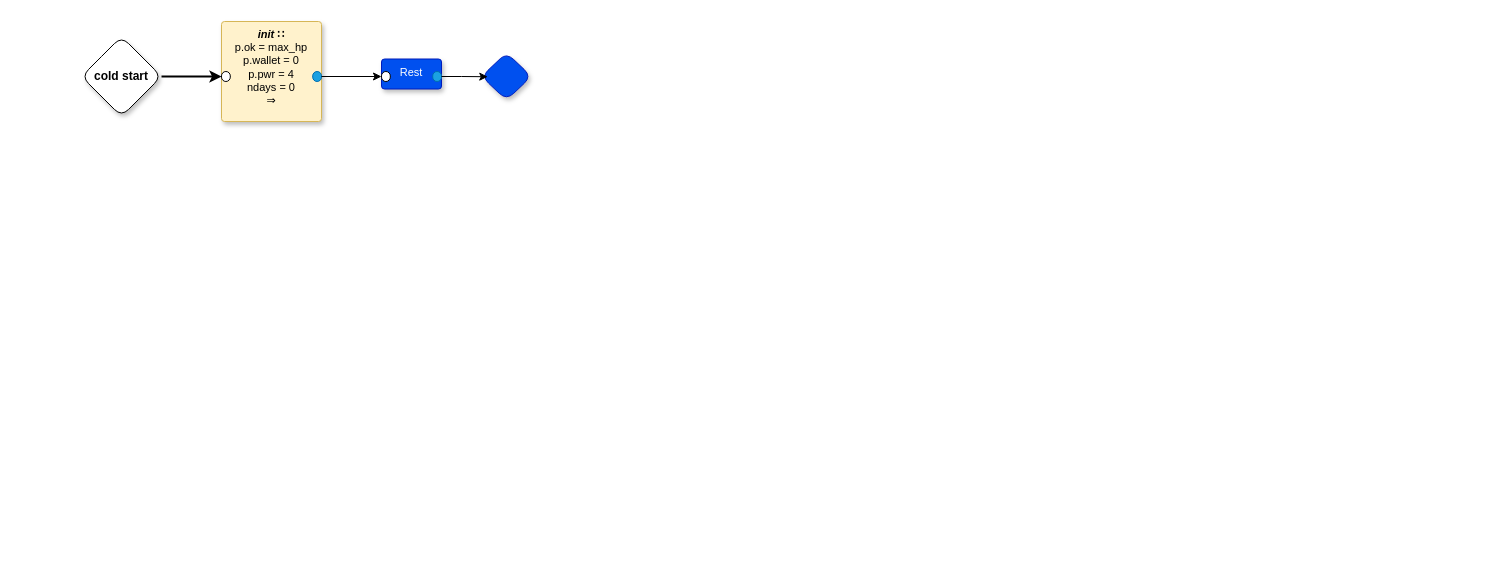
Earlier version of the draw.io diagram page "Game" (2 of 8) of dc0d.drawio (guitarvydas/dc0d). Source tidied: cells renumbered, new cells numbered last; positions are measured from the earlier drawing's top-left corner, leaving out a move shared by most shapes. Both pictures are drawn from the tidied source at 100%, with x=0, y=0 at pixel (81, 21).
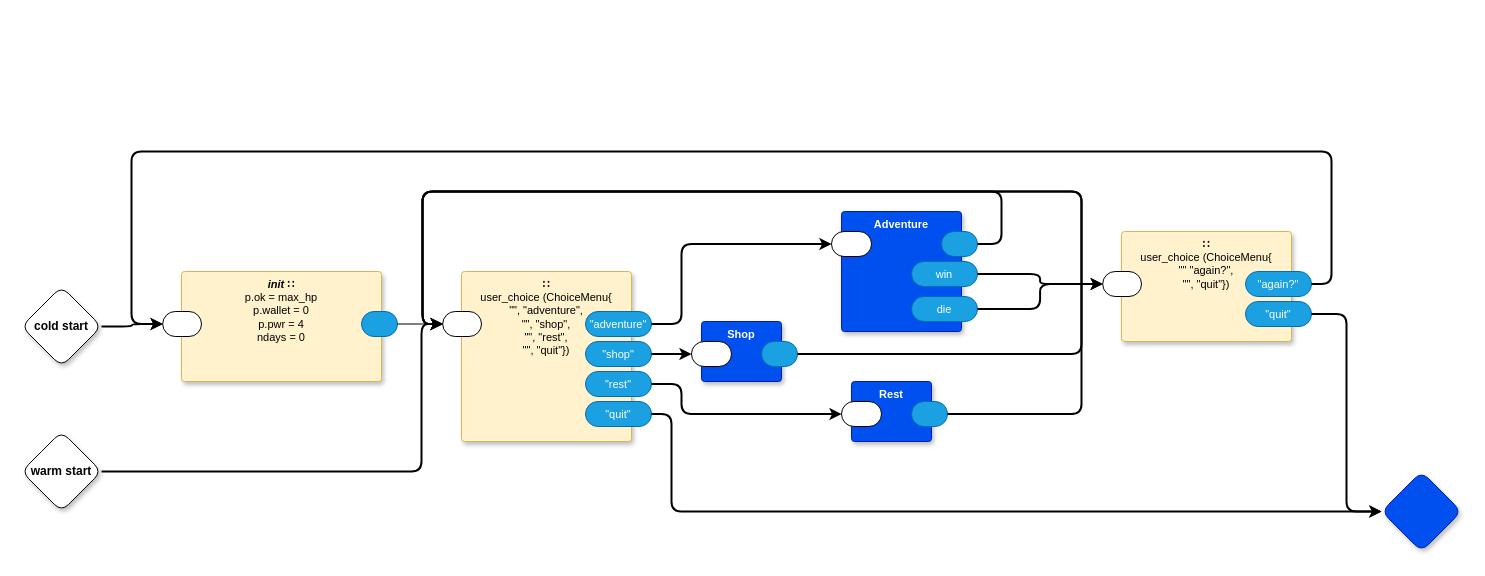
After the change.

What changed in the source:
```diff
@@
-    <mxCell id="0" />
-    <mxCell id="1" parent="0" />
+    <mxCell id="13" />
+    <mxCell id="14" parent="13" />
-    <mxCell id="2" value="cold start" style="rhombus;whiteSpace=wrap;html=1;rounded=1;fontStyle=1;glass=0;sketch=0;fontSize=12;points=[[0,0.5,0,0,0],[0.5,0,0,0,0],[0.5,1,0,0,0],[1,0.5,0,0,0]];shadow=1;fontFamily=Helvetica;fontColor=default;" parent="1" vertex="1">
-      <mxGeometry y="15" width="80" height="80" as="geometry" />
+    <mxCell id="2" value="cold start" style="rhombus;whiteSpace=wrap;html=1;rounded=1;fontStyle=1;glass=0;sketch=0;fontSize=12;points=[[0,0.5,0,0,0],[0.5,0,0,0,0],[0.5,1,0,0,0],[1,0.5,0,0,0]];shadow=1;fontFamily=Helvetica;fontColor=default;" parent="14" vertex="1">
+      <mxGeometry x="-60" y="265" width="80" height="80" as="geometry" />
     </mxCell>
-    <mxCell id="3" style="rhombus;whiteSpace=wrap;html=1;rounded=1;fillColor=#0050ef;fontColor=#ffffff;strokeColor=#001DBC;fontStyle=1;glass=0;sketch=0;fontSize=12;points=[[0,0.5,0,0,0],[0.5,0,0,0,0],[0.5,1,0,0,0],[1,0.5,0,0,0]];shadow=1;fontFamily=Helvetica;" parent="1" vertex="1">
-      <mxGeometry x="400" y="31.2" width="50" height="47.5" as="geometry" />
-    </mxCell>
-    <mxCell id="4" value="&lt;i style=&quot;&quot;&gt;&lt;b&gt;init&amp;nbsp;&lt;/b&gt;&lt;/i&gt;&lt;b&gt;∷&lt;br&gt;&lt;/b&gt;p.ok = max_hp&lt;br&gt;p.wallet = 0&lt;br&gt;p.pwr = 4&lt;br&gt;ndays = 0&lt;br&gt;⇒" style="rounded=1;whiteSpace=wrap;html=1;sketch=0;verticalAlign=top;arcSize=6;fontStyle=0;absoluteArcSize=1;shadow=1;strokeColor=#d6b656;fillColor=#fff2cc;fontFamily=Helvetica;fontSize=11;" parent="1" vertex="1">
-      <mxGeometry x="140" width="100" height="100" as="geometry" />
-    </mxCell>
-    <mxCell id="5" style="rounded=1;whiteSpace=wrap;html=1;sketch=0;points=[[0,0.5,0,0,0],[1,0.5,0,0,0]];arcSize=50;fontFamily=Helvetica;fontSize=11;fontColor=default;" parent="4" vertex="1">
-      <mxGeometry y="50" width="8.8" height="10" as="geometry" />
-    </mxCell>
-    <mxCell id="6" style="rounded=1;whiteSpace=wrap;html=1;sketch=0;points=[[0,0.5,0,0,0],[1,0.5,0,0,0]];arcSize=50;fontFamily=Helvetica;fontSize=11;fontColor=#ffffff;fillColor=#1ba1e2;strokeColor=#006EAF;" parent="4" vertex="1">
-      <mxGeometry x="91.2" y="50" width="8.8" height="10" as="geometry" />
-    </mxCell>
-    <mxCell id="7" style="edgeStyle=orthogonalEdgeStyle;rounded=1;jettySize=auto;html=1;entryX=0;entryY=0.5;entryDx=0;entryDy=0;entryPerimeter=0;strokeWidth=2;curved=0;" parent="1" edge="1" source="2" target="5">
-      <mxGeometry relative="1" as="geometry" />
-    </mxCell>
+    <mxCell id="15" style="rhombus;whiteSpace=wrap;html=1;rounded=1;fillColor=#0050ef;fontColor=#ffffff;strokeColor=#001DBC;fontStyle=1;glass=0;sketch=0;fontSize=12;points=[[0,0.5,0,0,0],[0.5,0,0,0,0],[0.5,1,0,0,0],[1,0.5,0,0,0]];shadow=1;fontFamily=Helvetica;" parent="14" vertex="1">
+      <mxGeometry x="1300" y="450" width="80" height="80" as="geometry" />
+    </mxCell>
+    <mxCell id="16" value="&lt;i style=&quot;border-color: var(--border-color);&quot;&gt;&lt;b style=&quot;border-color: var(--border-color);&quot;&gt;init&amp;nbsp;&lt;/b&gt;&lt;/i&gt;&lt;b style=&quot;border-color: var(--border-color);&quot;&gt;∷&lt;br style=&quot;border-color: var(--border-color);&quot;&gt;&lt;/b&gt;p.ok = max_hp&lt;br style=&quot;border-color: var(--border-color);&quot;&gt;p.wallet = 0&lt;br style=&quot;border-color: var(--border-color);&quot;&gt;p.pwr = 4&lt;br style=&quot;border-color: var(--border-color);&quot;&gt;ndays = 0" style="rounded=1;whiteSpace=wrap;html=1;sketch=0;verticalAlign=top;arcSize=6;fontStyle=0;absoluteArcSize=1;shadow=1;strokeColor=#d6b656;fillColor=#fff2cc;fontFamily=Helvetica;fontSize=11;" parent="14" vertex="1">
+      <mxGeometry x="100" y="250" width="200" height="110" as="geometry" />
+    </mxCell>
+    <mxCell id="17" style="rounded=1;whiteSpace=wrap;html=1;sketch=0;points=[[0,0.5,0,0,0],[1,0.5,0,0,0]];arcSize=50;fontFamily=Helvetica;fontSize=11;fontColor=default;" parent="16" vertex="1">
+      <mxGeometry x="-18.8" y="40" width="38.8" height="25" as="geometry" />
+    </mxCell>
+    <mxCell id="18" style="rounded=1;whiteSpace=wrap;html=1;sketch=0;points=[[0,0.5,0,0,0],[1,0.5,0,0,0]];fillColor=#1ba1e2;fontColor=#ffffff;strokeColor=#006EAF;arcSize=50;fontFamily=Helvetica;fontSize=11;" parent="16" vertex="1">
+      <mxGeometry x="180" y="40" width="36" height="25" as="geometry" />
+    </mxCell>
+    <mxCell id="19" value="&lt;b style=&quot;border-color: var(--border-color);&quot;&gt;∷&lt;br&gt;&lt;/b&gt;user_choice (ChoiceMenu{&lt;br&gt;&quot;&quot;, &quot;adventure&quot;, &lt;br&gt;&quot;&quot;, &quot;shop&quot;, &lt;br&gt;&quot;&quot;, &quot;rest&quot;, &lt;br&gt;&quot;&quot;, &quot;quit&quot;})" style="rounded=1;whiteSpace=wrap;html=1;sketch=0;verticalAlign=top;arcSize=6;fontStyle=0;absoluteArcSize=1;shadow=1;strokeColor=#d6b656;fillColor=#fff2cc;fontFamily=Helvetica;fontSize=11;" parent="14" vertex="1">
+      <mxGeometry x="380" y="250" width="170" height="170" as="geometry" />
+    </mxCell>
+    <mxCell id="20" style="rounded=1;whiteSpace=wrap;html=1;sketch=0;points=[[0,0.5,0,0,0],[1,0.5,0,0,0]];arcSize=50;fontFamily=Helvetica;fontSize=11;fontColor=default;" parent="19" vertex="1">
+      <mxGeometry x="-18.8" y="40" width="38.8" height="25" as="geometry" />
+    </mxCell>
+    <mxCell id="21" value="&quot;adventure&quot;" style="rounded=1;whiteSpace=wrap;html=1;sketch=0;points=[[0,0.5,0,0,0],[1,0.5,0,0,0]];fillColor=#1ba1e2;fontColor=#ffffff;strokeColor=#006EAF;arcSize=50;fontFamily=Helvetica;fontSize=11;" parent="19" vertex="1">
+      <mxGeometry x="124" y="40" width="66" height="25" as="geometry" />
+    </mxCell>
+    <mxCell id="22" value="&quot;quit&quot;" style="rounded=1;whiteSpace=wrap;html=1;sketch=0;points=[[0,0.5,0,0,0],[1,0.5,0,0,0]];fillColor=#1ba1e2;fontColor=#ffffff;strokeColor=#006EAF;arcSize=50;fontFamily=Helvetica;fontSize=11;" parent="19" vertex="1">
+      <mxGeometry x="124" y="130" width="66" height="25" as="geometry" />
+    </mxCell>
+    <mxCell id="23" value="&quot;shop&quot;" style="rounded=1;whiteSpace=wrap;html=1;sketch=0;points=[[0,0.5,0,0,0],[1,0.5,0,0,0]];fillColor=#1ba1e2;fontColor=#ffffff;strokeColor=#006EAF;arcSize=50;fontFamily=Helvetica;fontSize=11;" parent="19" vertex="1">
+      <mxGeometry x="124" y="70" width="66" height="25" as="geometry" />
+    </mxCell>
+    <mxCell id="24" value="&quot;rest&quot;" style="rounded=1;whiteSpace=wrap;html=1;sketch=0;points=[[0,0.5,0,0,0],[1,0.5,0,0,0]];fillColor=#1ba1e2;fontColor=#ffffff;strokeColor=#006EAF;arcSize=50;fontFamily=Helvetica;fontSize=11;" parent="19" vertex="1">
+      <mxGeometry x="124" y="100" width="66" height="25" as="geometry" />
+    </mxCell>
+    <mxCell id="25" style="edgeStyle=orthogonalEdgeStyle;rounded=0;jettySize=auto;html=1;exitX=1;exitY=0.5;exitDx=0;exitDy=0;exitPerimeter=0;entryX=0;entryY=0.5;entryDx=0;entryDy=0;entryPerimeter=0;" parent="14" edge="1" source="18" target="20">
+      <mxGeometry relative="1" as="geometry" />
+    </mxCell>
+    <mxCell id="26" style="edgeStyle=orthogonalEdgeStyle;rounded=1;jettySize=auto;html=1;entryX=0;entryY=0.5;entryDx=0;entryDy=0;entryPerimeter=0;strokeWidth=2;curved=0;" parent="14" edge="1" source="2" target="17">
+      <mxGeometry relative="1" as="geometry" />
+    </mxCell>
+    <mxCell id="27" value="warm start" style="rhombus;whiteSpace=wrap;html=1;rounded=1;fontStyle=1;glass=0;sketch=0;fontSize=12;points=[[0,0.5,0,0,0],[0.5,0,0,0,0],[0.5,1,0,0,0],[1,0.5,0,0,0]];shadow=1;fontFamily=Helvetica;fontColor=default;" parent="14" vertex="1">
+      <mxGeometry x="-60" y="410" width="80" height="80" as="geometry" />
+    </mxCell>
+    <mxCell id="28" style="edgeStyle=orthogonalEdgeStyle;shape=connector;curved=0;rounded=1;jettySize=auto;html=1;entryX=0;entryY=0.5;entryDx=0;entryDy=0;entryPerimeter=0;labelBackgroundColor=default;strokeColor=default;strokeWidth=2;align=center;verticalAlign=middle;fontFamily=Helvetica;fontSize=11;fontColor=default;endArrow=classic;" parent="14" edge="1" source="27" target="20">
+      <mxGeometry relative="1" as="geometry">
+        <Array as="points">
+          <mxPoint x="340" y="450" />
+          <mxPoint x="340" y="303" />
+        </Array>
+      </mxGeometry>
+    </mxCell>
+    <mxCell id="29" value="&lt;b&gt;Shop&lt;/b&gt;" style="rounded=1;whiteSpace=wrap;html=1;sketch=0;verticalAlign=top;arcSize=6;fontStyle=0;absoluteArcSize=1;shadow=1;strokeColor=#001DBC;fillColor=#0050ef;fontFamily=Helvetica;fontSize=11;fontColor=#ffffff;" parent="14" vertex="1">
+      <mxGeometry x="620" y="300" width="80" height="60" as="geometry" />
+    </mxCell>
+    <mxCell id="30" style="rounded=1;whiteSpace=wrap;html=1;sketch=0;points=[[0,0.5,0,0,0],[1,0.5,0,0,0]];arcSize=50;fontFamily=Helvetica;fontSize=11;fontColor=default;" parent="29" vertex="1">
+      <mxGeometry x="-10" y="20" width="40" height="25" as="geometry" />
+    </mxCell>
+    <mxCell id="31" style="rounded=1;whiteSpace=wrap;html=1;sketch=0;points=[[0,0.5,0,0,0],[1,0.5,0,0,0]];fillColor=#1ba1e2;fontColor=#ffffff;strokeColor=#006EAF;arcSize=50;fontFamily=Helvetica;fontSize=11;" parent="29" vertex="1">
+      <mxGeometry x="60" y="20" width="36" height="25" as="geometry" />
+    </mxCell>
-    <mxCell id="8" value="Rest" style="rounded=1;whiteSpace=wrap;html=1;sketch=0;verticalAlign=top;arcSize=6;fontStyle=0;absoluteArcSize=1;shadow=1;strokeColor=#001DBC;fillColor=#0050ef;fontColor=#ffffff;fontFamily=Helvetica;fontSize=11;" parent="1" vertex="1">
-      <mxGeometry x="300" y="37.5" width="60" height="30" as="geometry" />
+    <mxCell id="8" value="&lt;b&gt;Rest&lt;/b&gt;" style="rounded=1;whiteSpace=wrap;html=1;sketch=0;verticalAlign=top;arcSize=6;fontStyle=0;absoluteArcSize=1;shadow=1;strokeColor=#001DBC;fillColor=#0050ef;fontFamily=Helvetica;fontSize=11;fontColor=#ffffff;" parent="14" vertex="1">
+      <mxGeometry x="770" y="360" width="80" height="60" as="geometry" />
     </mxCell>
-    <mxCell id="9" style="rounded=1;whiteSpace=wrap;html=1;sketch=0;points=[[0,0.5,0,0,0],[1,0.5,0,0,0]];arcSize=50;fontFamily=Helvetica;fontSize=11;" parent="8" vertex="1">
-      <mxGeometry y="12.5" width="8.8" height="10" as="geometry" />
-    </mxCell>
-    <mxCell id="10" style="rounded=1;whiteSpace=wrap;html=1;sketch=0;points=[[0,0.5,0,0,0],[1,0.5,0,0,0]];arcSize=50;fontFamily=Helvetica;fontSize=11;fontColor=#ffffff;fillColor=#1ba1e2;strokeColor=#006EAF;" parent="8" vertex="1">
-      <mxGeometry x="51.2" y="12.5" width="8.8" height="10" as="geometry" />
-    </mxCell>
-    <mxCell id="11" style="edgeStyle=orthogonalEdgeStyle;rounded=0;jettySize=auto;html=1;exitX=1;exitY=0.5;exitDx=0;exitDy=0;exitPerimeter=0;entryX=0.125;entryY=0.506;entryDx=0;entryDy=0;entryPerimeter=0;" parent="1" edge="1" source="10" target="3">
-      <mxGeometry relative="1" as="geometry" />
-    </mxCell>
-    <mxCell id="12" style="edgeStyle=orthogonalEdgeStyle;rounded=0;jettySize=auto;html=1;exitX=1;exitY=0.5;exitDx=0;exitDy=0;exitPerimeter=0;entryX=0;entryY=0.5;entryDx=0;entryDy=0;entryPerimeter=0;" parent="1" edge="1" source="6" target="9">
-      <mxGeometry relative="1" as="geometry" />
-    </mxCell>
+    <mxCell id="32" style="rounded=1;whiteSpace=wrap;html=1;sketch=0;points=[[0,0.5,0,0,0],[1,0.5,0,0,0]];arcSize=50;fontFamily=Helvetica;fontSize=11;fontColor=default;" parent="8" vertex="1">
+      <mxGeometry x="-10" y="20" width="40" height="25" as="geometry" />
+    </mxCell>
+    <mxCell id="33" style="rounded=1;whiteSpace=wrap;html=1;sketch=0;points=[[0,0.5,0,0,0],[1,0.5,0,0,0]];fillColor=#1ba1e2;fontColor=#ffffff;strokeColor=#006EAF;arcSize=50;fontFamily=Helvetica;fontSize=11;" parent="8" vertex="1">
+      <mxGeometry x="60" y="20" width="36" height="25" as="geometry" />
+    </mxCell>
+    <mxCell id="34" style="edgeStyle=orthogonalEdgeStyle;shape=connector;curved=0;rounded=1;jettySize=auto;html=1;exitX=1;exitY=0.5;exitDx=0;exitDy=0;exitPerimeter=0;entryX=0;entryY=0.5;entryDx=0;entryDy=0;entryPerimeter=0;labelBackgroundColor=default;strokeColor=default;strokeWidth=2;align=center;verticalAlign=middle;fontFamily=Helvetica;fontSize=11;fontColor=default;endArrow=classic;" parent="14" edge="1" source="23" target="30">
+      <mxGeometry relative="1" as="geometry" />
+    </mxCell>
+    <mxCell id="35" value="&lt;b&gt;Adventure&lt;/b&gt;" style="rounded=1;whiteSpace=wrap;html=1;sketch=0;verticalAlign=top;arcSize=6;fontStyle=0;absoluteArcSize=1;shadow=1;strokeColor=#001DBC;fillColor=#0050ef;fontFamily=Helvetica;fontSize=11;fontColor=#ffffff;" parent="14" vertex="1">
+      <mxGeometry x="760" y="190" width="120" height="120" as="geometry" />
+    </mxCell>
+    <mxCell id="36" style="rounded=1;whiteSpace=wrap;html=1;sketch=0;points=[[0,0.5,0,0,0],[1,0.5,0,0,0]];arcSize=50;fontFamily=Helvetica;fontSize=11;fontColor=default;" parent="35" vertex="1">
+      <mxGeometry x="-10" y="20" width="40" height="25" as="geometry" />
+    </mxCell>
+    <mxCell id="37" style="rounded=1;whiteSpace=wrap;html=1;sketch=0;points=[[0,0.5,0,0,0],[1,0.5,0,0,0]];fillColor=#1ba1e2;fontColor=#ffffff;strokeColor=#006EAF;arcSize=50;fontFamily=Helvetica;fontSize=11;" parent="35" vertex="1">
+      <mxGeometry x="100" y="20" width="36" height="25" as="geometry" />
+    </mxCell>
+    <mxCell id="38" value="win" style="rounded=1;whiteSpace=wrap;html=1;sketch=0;points=[[0,0.5,0,0,0],[1,0.5,0,0,0]];fillColor=#1ba1e2;fontColor=#ffffff;strokeColor=#006EAF;arcSize=50;fontFamily=Helvetica;fontSize=11;" parent="35" vertex="1">
+      <mxGeometry x="70" y="50" width="66" height="25" as="geometry" />
+    </mxCell>
+    <mxCell id="39" value="die" style="rounded=1;whiteSpace=wrap;html=1;sketch=0;points=[[0,0.5,0,0,0],[1,0.5,0,0,0]];fillColor=#1ba1e2;fontColor=#ffffff;strokeColor=#006EAF;arcSize=50;fontFamily=Helvetica;fontSize=11;" parent="35" vertex="1">
+      <mxGeometry x="70" y="85" width="66" height="25" as="geometry" />
+    </mxCell>
+    <mxCell id="40" style="edgeStyle=orthogonalEdgeStyle;shape=connector;curved=0;rounded=1;jettySize=auto;html=1;entryX=0;entryY=0.5;entryDx=0;entryDy=0;entryPerimeter=0;labelBackgroundColor=default;strokeColor=default;strokeWidth=2;align=center;verticalAlign=middle;fontFamily=Helvetica;fontSize=11;fontColor=default;endArrow=classic;exitX=1;exitY=0.5;exitDx=0;exitDy=0;exitPerimeter=0;" parent="14" edge="1" source="21" target="36">
+      <mxGeometry relative="1" as="geometry">
+        <Array as="points">
+          <mxPoint x="600" y="303" />
+          <mxPoint x="600" y="223" />
+        </Array>
+      </mxGeometry>
+    </mxCell>
+    <mxCell id="41" style="edgeStyle=orthogonalEdgeStyle;shape=connector;curved=0;rounded=1;jettySize=auto;html=1;exitX=1;exitY=0.5;exitDx=0;exitDy=0;exitPerimeter=0;entryX=0;entryY=0.5;entryDx=0;entryDy=0;entryPerimeter=0;labelBackgroundColor=default;strokeColor=default;strokeWidth=2;align=center;verticalAlign=middle;fontFamily=Helvetica;fontSize=11;fontColor=default;endArrow=classic;" parent="14" edge="1" source="24" target="32">
+      <mxGeometry relative="1" as="geometry">
+        <Array as="points">
+          <mxPoint x="600" y="363" />
+          <mxPoint x="600" y="393" />
+        </Array>
+      </mxGeometry>
+    </mxCell>
+    <mxCell id="42" style="edgeStyle=orthogonalEdgeStyle;shape=connector;curved=0;rounded=1;jettySize=auto;html=1;exitX=1;exitY=0.5;exitDx=0;exitDy=0;exitPerimeter=0;entryX=0;entryY=0.5;entryDx=0;entryDy=0;entryPerimeter=0;labelBackgroundColor=default;strokeColor=default;strokeWidth=2;align=center;verticalAlign=middle;fontFamily=Helvetica;fontSize=11;fontColor=default;endArrow=classic;" parent="14" edge="1" source="37" target="20">
+      <mxGeometry relative="1" as="geometry">
+        <Array as="points">
+          <mxPoint x="920" y="223" />
+          <mxPoint x="920" y="170" />
+          <mxPoint x="341" y="170" />
+          <mxPoint x="341" y="303" />
+        </Array>
+      </mxGeometry>
+    </mxCell>
+    <mxCell id="43" style="edgeStyle=orthogonalEdgeStyle;shape=connector;curved=0;rounded=1;jettySize=auto;html=1;entryX=0;entryY=0.5;entryDx=0;entryDy=0;entryPerimeter=0;labelBackgroundColor=default;strokeColor=default;strokeWidth=2;align=center;verticalAlign=middle;fontFamily=Helvetica;fontSize=11;fontColor=default;endArrow=classic;exitX=1;exitY=0.5;exitDx=0;exitDy=0;exitPerimeter=0;" parent="14" edge="1" source="31" target="20">
+      <mxGeometry relative="1" as="geometry">
+        <Array as="points">
+          <mxPoint x="1000" y="333" />
+          <mxPoint x="1000" y="170" />
+          <mxPoint x="341" y="170" />
+          <mxPoint x="341" y="303" />
+        </Array>
+      </mxGeometry>
+    </mxCell>
+    <mxCell id="44" style="edgeStyle=orthogonalEdgeStyle;shape=connector;curved=0;rounded=1;jettySize=auto;html=1;entryX=0;entryY=0.5;entryDx=0;entryDy=0;entryPerimeter=0;labelBackgroundColor=default;strokeColor=default;strokeWidth=2;align=center;verticalAlign=middle;fontFamily=Helvetica;fontSize=11;fontColor=default;endArrow=classic;exitX=1;exitY=0.5;exitDx=0;exitDy=0;exitPerimeter=0;" parent="14" edge="1" source="33" target="20">
+      <mxGeometry relative="1" as="geometry">
+        <Array as="points">
+          <mxPoint x="866" y="393" />
+          <mxPoint x="1000" y="393" />
+          <mxPoint x="1000" y="170" />
+          <mxPoint x="341" y="170" />
+          <mxPoint x="341" y="303" />
+        </Array>
+      </mxGeometry>
+    </mxCell>
+    <mxCell id="45" style="edgeStyle=orthogonalEdgeStyle;shape=connector;curved=0;rounded=1;jettySize=auto;html=1;exitX=1;exitY=0.5;exitDx=0;exitDy=0;exitPerimeter=0;entryX=0;entryY=0.5;entryDx=0;entryDy=0;entryPerimeter=0;labelBackgroundColor=default;strokeColor=default;strokeWidth=2;align=center;verticalAlign=middle;fontFamily=Helvetica;fontSize=11;fontColor=default;endArrow=classic;" parent="14" edge="1" source="22" target="15">
+      <mxGeometry relative="1" as="geometry">
+        <Array as="points">
+          <mxPoint x="590" y="393" />
+          <mxPoint x="590" y="490" />
+        </Array>
+      </mxGeometry>
+    </mxCell>
+    <mxCell id="46" value="&lt;b style=&quot;border-color: var(--border-color);&quot;&gt;∷&lt;/b&gt;&lt;br&gt;user_choice (ChoiceMenu{&lt;br&gt;&quot;&quot; &quot;again?&quot;, &lt;br&gt;&quot;&quot;, &quot;quit&quot;})" style="rounded=1;whiteSpace=wrap;html=1;sketch=0;verticalAlign=top;arcSize=6;fontStyle=0;absoluteArcSize=1;shadow=1;strokeColor=#d6b656;fillColor=#fff2cc;fontFamily=Helvetica;fontSize=11;" parent="14" vertex="1">
+      <mxGeometry x="1040" y="210" width="170" height="110" as="geometry" />
+    </mxCell>
+    <mxCell id="47" style="rounded=1;whiteSpace=wrap;html=1;sketch=0;points=[[0,0.5,0,0,0],[1,0.5,0,0,0]];arcSize=50;fontFamily=Helvetica;fontSize=11;fontColor=default;" parent="46" vertex="1">
+      <mxGeometry x="-18.8" y="40" width="38.8" height="25" as="geometry" />
+    </mxCell>
+    <mxCell id="48" value="&quot;again?&quot;" style="rounded=1;whiteSpace=wrap;html=1;sketch=0;points=[[0,0.5,0,0,0],[1,0.5,0,0,0]];fillColor=#1ba1e2;fontColor=#ffffff;strokeColor=#006EAF;arcSize=50;fontFamily=Helvetica;fontSize=11;" parent="46" vertex="1">
+      <mxGeometry x="124" y="40" width="66" height="25" as="geometry" />
+    </mxCell>
+    <mxCell id="49" value="&quot;quit&quot;" style="rounded=1;whiteSpace=wrap;html=1;sketch=0;points=[[0,0.5,0,0,0],[1,0.5,0,0,0]];fillColor=#1ba1e2;fontColor=#ffffff;strokeColor=#006EAF;arcSize=50;fontFamily=Helvetica;fontSize=11;" parent="46" vertex="1">
+      <mxGeometry x="124" y="70" width="66" height="25" as="geometry" />
+    </mxCell>
+    <mxCell id="50" style="edgeStyle=orthogonalEdgeStyle;shape=connector;curved=0;rounded=1;jettySize=auto;html=1;exitX=1;exitY=0.5;exitDx=0;exitDy=0;exitPerimeter=0;entryX=0;entryY=0.5;entryDx=0;entryDy=0;entryPerimeter=0;labelBackgroundColor=default;strokeColor=default;strokeWidth=2;align=center;verticalAlign=middle;fontFamily=Helvetica;fontSize=11;fontColor=default;endArrow=classic;" parent="14" edge="1" source="38" target="47">
+      <mxGeometry relative="1" as="geometry" />
+    </mxCell>
+    <mxCell id="51" style="edgeStyle=orthogonalEdgeStyle;shape=connector;curved=0;rounded=1;jettySize=auto;html=1;exitX=1;exitY=0.5;exitDx=0;exitDy=0;exitPerimeter=0;entryX=0;entryY=0.5;entryDx=0;entryDy=0;entryPerimeter=0;labelBackgroundColor=default;strokeColor=default;strokeWidth=2;align=center;verticalAlign=middle;fontFamily=Helvetica;fontSize=11;fontColor=default;endArrow=classic;" parent="14" edge="1" source="39" target="47">
+      <mxGeometry relative="1" as="geometry" />
+    </mxCell>
+    <mxCell id="52" style="edgeStyle=orthogonalEdgeStyle;shape=connector;curved=0;rounded=1;jettySize=auto;html=1;exitX=1;exitY=0.5;exitDx=0;exitDy=0;exitPerimeter=0;labelBackgroundColor=default;strokeColor=default;strokeWidth=2;align=center;verticalAlign=middle;fontFamily=Helvetica;fontSize=11;fontColor=default;endArrow=classic;entryX=0;entryY=0.5;entryDx=0;entryDy=0;entryPerimeter=0;" parent="14" edge="1" source="49" target="15">
+      <mxGeometry relative="1" as="geometry" />
+    </mxCell>
+    <mxCell id="53" style="edgeStyle=orthogonalEdgeStyle;shape=connector;curved=0;rounded=1;jettySize=auto;html=1;exitX=1;exitY=0.5;exitDx=0;exitDy=0;exitPerimeter=0;entryX=0;entryY=0.5;entryDx=0;entryDy=0;entryPerimeter=0;labelBackgroundColor=default;strokeColor=default;strokeWidth=2;align=center;verticalAlign=middle;fontFamily=Helvetica;fontSize=11;fontColor=default;endArrow=classic;" parent="14" edge="1" source="48" target="17">
+      <mxGeometry relative="1" as="geometry">
+        <Array as="points">
+          <mxPoint x="1250" y="263" />
+          <mxPoint x="1250" y="130" />
+          <mxPoint x="50" y="130" />
+          <mxPoint x="50" y="303" />
+        </Array>
+      </mxGeometry>
+    </mxCell>
```
